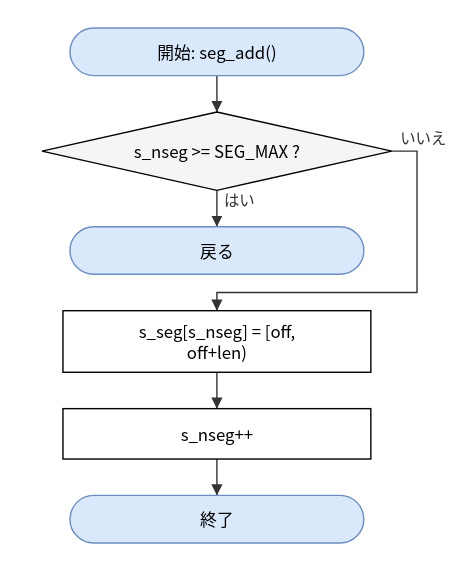
hf355051012-ai/bfmem keeps this draw.io diagram as doc/spec/images/flow_port_linux_vfio_port_linux-seg_add.drawio.svg. Above is the earlier version. Source tidied: cells renumbered, new cells last; positions are measured from the earlier drawing's top-left corner, leaving out a move shared by most shapes.
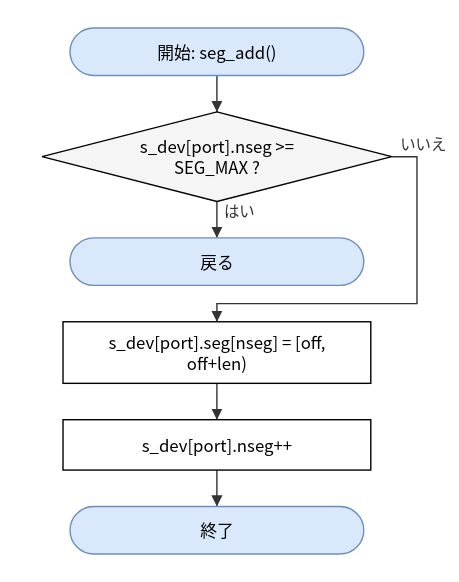
Above is the later version.

The edit, as a diff of the source:
```diff
@@ -3,18 +3,18 @@
     <mxCell id="0" />
     <mxCell id="1" parent="0" />
     <mxCell id="2" value="開始: seg_add()" style="rounded=1;arcSize=50;whiteSpace=wrap;html=1;fillColor=#dae8fc;strokeColor=#6c8ebf;" parent="1" vertex="1">
-      <mxGeometry x="20" width="210" height="34" as="geometry" />
+      <mxGeometry x="20" y="-8" width="210" height="34" as="geometry" />
     </mxCell>
-    <mxCell id="3" value="s_nseg &amp;gt;= SEG_MAX ?" style="rhombus;whiteSpace=wrap;html=1;fillColor=#f5f5f5;" parent="1" vertex="1">
-      <mxGeometry y="60" width="250" height="56" as="geometry" />
+    <mxCell id="3" value="s_dev[port].nseg &amp;gt;=&lt;br&gt;SEG_MAX ?" style="rhombus;whiteSpace=wrap;html=1;fillColor=#f5f5f5;" parent="1" vertex="1">
+      <mxGeometry y="52" width="250" height="64" as="geometry" />
     </mxCell>
     <mxCell id="4" value="戻る" style="rounded=1;arcSize=50;whiteSpace=wrap;html=1;fillColor=#dae8fc;strokeColor=#6c8ebf;" parent="1" vertex="1">
       <mxGeometry x="20" y="142" width="210" height="34" as="geometry" />
     </mxCell>
-    <mxCell id="5" value="s_seg[s_nseg] = [off,&lt;br&gt;off+len)" style="rounded=0;whiteSpace=wrap;html=1;" parent="1" vertex="1">
+    <mxCell id="5" value="s_dev[port].seg[nseg] = [off,&lt;br&gt;off+len)" style="rounded=0;whiteSpace=wrap;html=1;" parent="1" vertex="1">
       <mxGeometry x="15" y="202" width="220" height="44" as="geometry" />
     </mxCell>
-    <mxCell id="6" value="s_nseg++" style="rounded=0;whiteSpace=wrap;html=1;" parent="1" vertex="1">
+    <mxCell id="6" value="s_dev[port].nseg++" style="rounded=0;whiteSpace=wrap;html=1;" parent="1" vertex="1">
       <mxGeometry x="15" y="272" width="220" height="36" as="geometry" />
     </mxCell>
     <mxCell id="7" value="終了" style="rounded=1;arcSize=50;whiteSpace=wrap;html=1;fillColor=#dae8fc;strokeColor=#6c8ebf;" parent="1" vertex="1">
@@ -29,7 +29,7 @@
     <mxCell id="10" value="いいえ" style="edgeStyle=none;html=1;rounded=0;endArrow=block;endFill=1;exitX=1.0000;exitY=0.5000;exitDx=0;exitDy=0;exitPerimeter=0;entryX=0.5000;entryY=0.0000;entryDx=0;entryDy=0;entryPerimeter=0;" parent="1" edge="1" source="3" target="5">
       <mxGeometry relative="1" as="geometry">
         <Array as="points">
-          <mxPoint x="268" y="88" />
+          <mxPoint x="268" y="84" />
           <mxPoint x="268" y="189" />
           <mxPoint x="125" y="189" />
         </Array>
```
